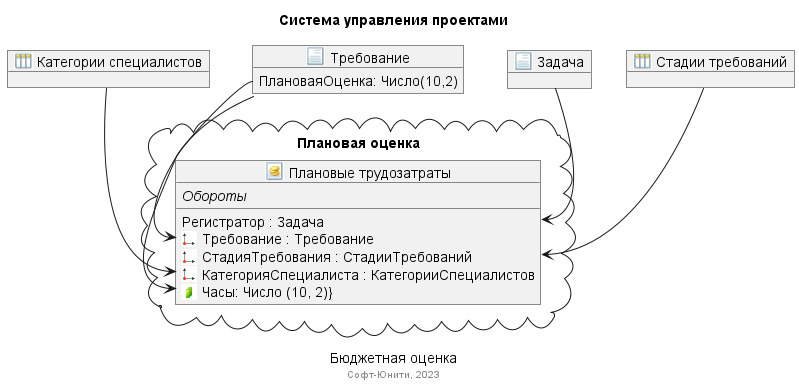
The PlantUML diagram out/Плановая оценка/Плановая оценка.png in medm86/SUP, before a commit. Source of this version:
```plantuml
@startuml

!include /1ce-icons-for-plantuml/dist/common.puml
!include /1ce-icons-for-plantuml/dist/all.puml

title Система управления проектами
caption Бюджетная оценка
footer Софт-Юнити, 2023

_Справочник(КатегорииСпециалистов, "Категории специалистов")
_Документ(Требование, "Требование") {
  ПлановаяОценка: Число(10,2)
}
_Документ(Задача, "Задача")
_Справочник(СтадииТребований, "Стадии требований")

package "Плановая оценка" <<Cloud>> {

_РегистрНакопления(ПлановыеТрудозатраты, "Плановые трудозатраты") {
    {abstract} Обороты
    __
    Регистратор : Задача
    <$d> Требование : Требование
    <$d> СтадияТребования : СтадииТребований
    <$d> КатегорияСпециалиста : КатегорииСпециалистов
    <$r> Часы: Число (10, 2)}

}

СтадииТребований --> ПлановыеТрудозатраты::СтадияТребования
КатегорииСпециалистов --> ПлановыеТрудозатраты::КатегорияСпециалиста
Требование --> ПлановыеТрудозатраты::Требование
Задача --> ПлановыеТрудозатраты::Регистратор
Требование::ПлановаяОценка --> ПлановыеТрудозатраты::Часы

@enduml
```
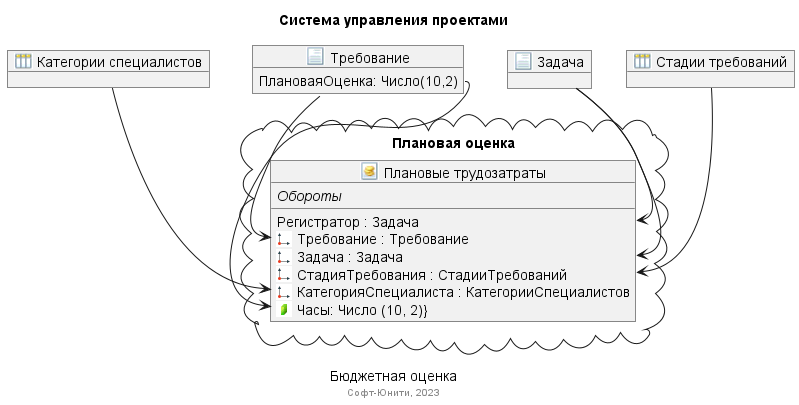
After the change.

Commit message:
Плановая оценка

The edit, as a diff of the source:
```diff
@@ -21,6 +21,7 @@
     __
     Регистратор : Задача
     <$d> Требование : Требование
+    <$d> Задача : Задача
     <$d> СтадияТребования : СтадииТребований
     <$d> КатегорияСпециалиста : КатегорииСпециалистов
     <$r> Часы: Число (10, 2)}
@@ -31,6 +32,7 @@
 КатегорииСпециалистов --> ПлановыеТрудозатраты::КатегорияСпециалиста
 Требование --> ПлановыеТрудозатраты::Требование
 Задача --> ПлановыеТрудозатраты::Регистратор
+Задача --> ПлановыеТрудозатраты::Задача
 Требование::ПлановаяОценка --> ПлановыеТрудозатраты::Часы
 
 @enduml
```
